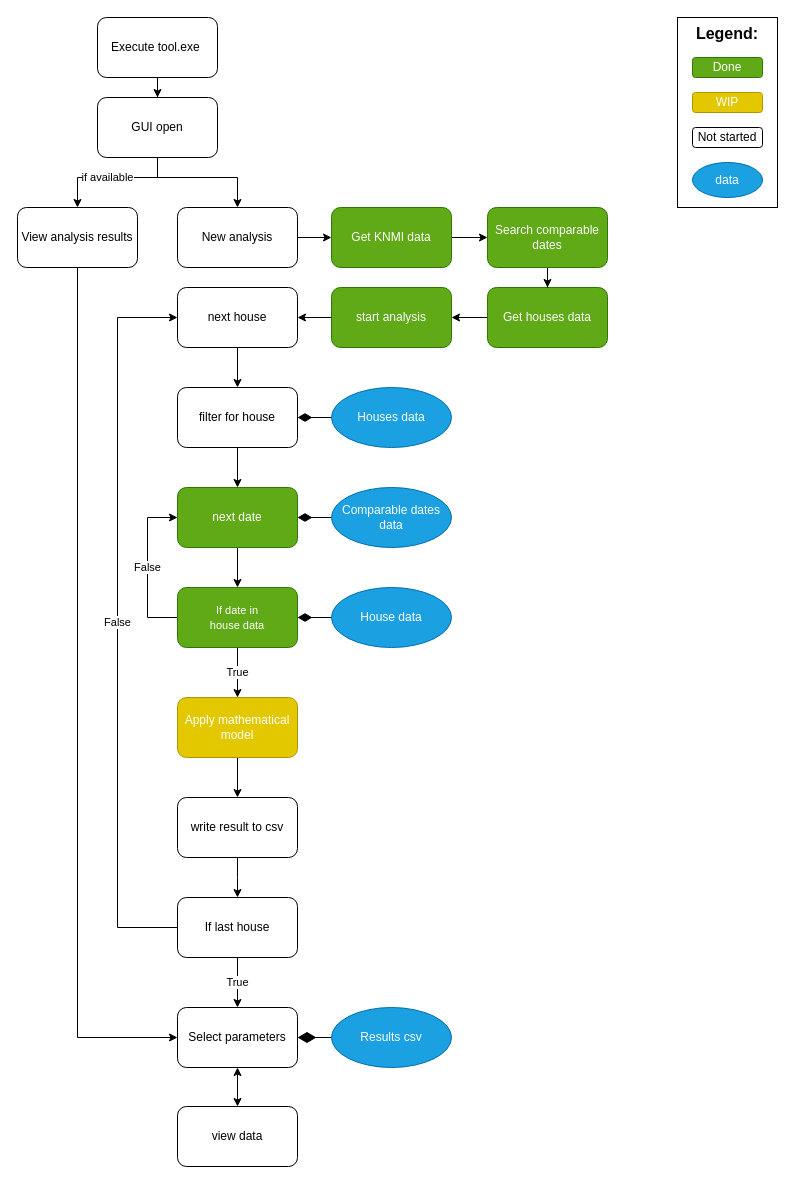
Above: tool flowchart.drawio in Luko-14/tool (draw.io), before the change. Source tidied: cells renumbered, new cells numbered last; positions are measured from the earlier drawing's top-left corner, leaving out a move shared by most shapes. Both pictures are drawn from the tidied source at 100%, with x=0, y=0 at pixel (17, 17).
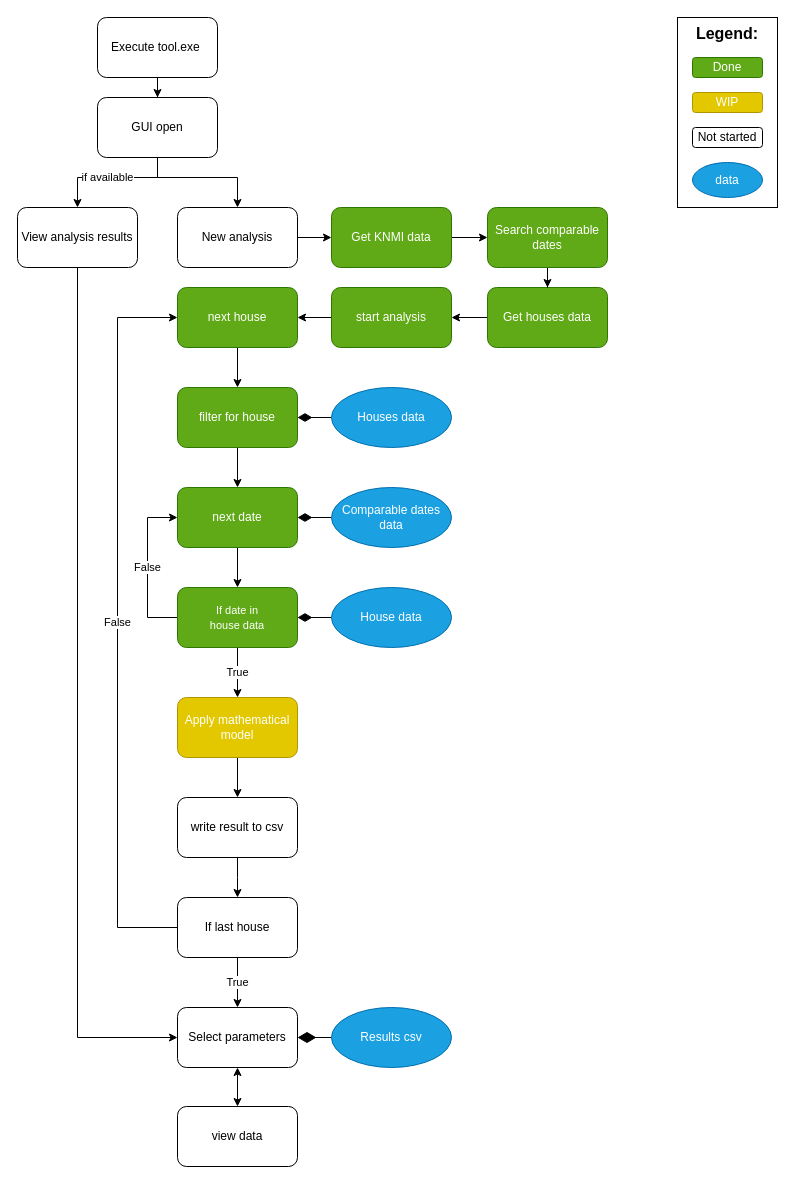
Above is the later version.

Change to the diagram source:
```diff
@@
-    <mxCell id="24" value="next house" style="whiteSpace=wrap;html=1;rounded=1;" parent="1" vertex="1">
+    <mxCell id="24" value="next house" style="whiteSpace=wrap;html=1;rounded=1;fillColor=#60a917;strokeColor=#2D7600;fontColor=#ffffff;" parent="1" vertex="1">
       <mxGeometry x="160" y="270" width="120" height="60" as="geometry" />
     </mxCell>
@@
-    <mxCell id="30" value="filter for house" style="rounded=1;whiteSpace=wrap;html=1;" parent="1" vertex="1">
+    <mxCell id="30" value="filter for house" style="rounded=1;whiteSpace=wrap;html=1;fillColor=#60a917;strokeColor=#2D7600;fontColor=#ffffff;" parent="1" vertex="1">
       <mxGeometry x="160" y="370" width="120" height="60" as="geometry" />
     </mxCell>
```
